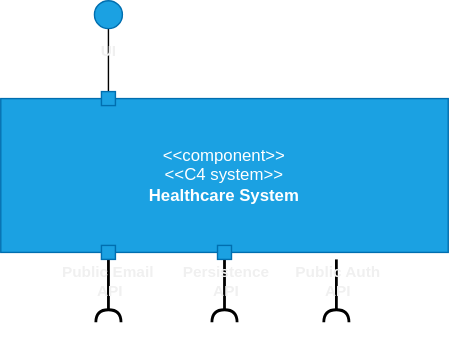
rita-barbosa/LAPR5-2425 keeps this draw.io diagram as docs/sprint-3/team-decisions/views/logical-view/healthcare_system_vl1.svg. Above is the earlier version. Source tidied: cells renumbered, new cells last; positions are measured from the earlier drawing's top-left corner, leaving out a move shared by most shapes. Source of this version:
```xml
<mxGraphModel>
  <root>
    <mxCell id="0" />
    <mxCell id="1" parent="0" />
    <mxCell id="2" value="&amp;lt;&amp;lt;component&amp;gt;&amp;gt;&lt;br&gt;&amp;lt;&amp;lt;C4 system&amp;gt;&amp;gt;&lt;br&gt;&lt;b&gt;Healthcare System&lt;/b&gt;" style="html=1;whiteSpace=wrap;fillColor=#1ba1e2;fontColor=#ffffff;strokeColor=#006EAF;" parent="1" vertex="1">
      <mxGeometry y="70" width="320" height="110" as="geometry" />
    </mxCell>
    <mxCell id="3" style="group;rotation=-180;" parent="1" vertex="1">
      <mxGeometry x="67" y="175" width="20" height="75" as="geometry" />
    </mxCell>
    <mxCell id="4" style="edgeStyle=orthogonalEdgeStyle;rounded=0;orthogonalLoop=1;jettySize=auto;html=1;entryX=0.5;entryY=0;entryDx=0;entryDy=0;endArrow=none;endFill=0;fontColor=#000000;strokeColor=#000000;startArrow=halfCircle;startFill=0;strokeWidth=2;" parent="3" edge="1">
      <mxGeometry relative="1" as="geometry">
        <mxPoint x="10" y="55" as="sourcePoint" />
        <mxPoint x="10" y="10" as="targetPoint" />
      </mxGeometry>
    </mxCell>
    <mxCell id="5" value="Public Email&amp;nbsp;&lt;div&gt;API&lt;/div&gt;" style="edgeLabel;html=1;align=center;verticalAlign=middle;labelBackgroundColor=none;fontStyle=1;" parent="4" vertex="1">
      <mxGeometry x="-0.15" relative="1" as="geometry">
        <mxPoint y="-11" as="offset" />
      </mxGeometry>
    </mxCell>
    <mxCell id="6" style="rounded=0;whiteSpace=wrap;html=1;fillColor=#1ba1e2;fontColor=#ffffff;strokeColor=#006EAF;rotation=-180;" parent="3" vertex="1">
      <mxGeometry x="5" width="10" height="10" as="geometry" />
    </mxCell>
    <mxCell id="7" style="edgeStyle=orthogonalEdgeStyle;rounded=0;jettySize=auto;html=1;entryX=0.5;entryY=0;entryDx=0;entryDy=0;endArrow=none;endFill=0;strokeColor=#000000;" parent="1" edge="1" source="9" target="10">
      <mxGeometry relative="1" as="geometry" />
    </mxCell>
    <mxCell id="8" value="&lt;div&gt;&lt;span style=&quot;background-color: initial;&quot;&gt;UI&lt;/span&gt;&lt;br&gt;&lt;/div&gt;" style="edgeLabel;html=1;align=center;verticalAlign=middle;labelBackgroundColor=none;fontStyle=1;" parent="7" vertex="1">
      <mxGeometry x="-0.33" y="-1" relative="1" as="geometry" />
    </mxCell>
    <mxCell id="9" style="ellipse;whiteSpace=wrap;html=1;fillColor=#1ba1e2;fontColor=#ffffff;strokeColor=#006EAF;" parent="1" vertex="1">
      <mxGeometry x="67" width="20" height="20" as="geometry" />
    </mxCell>
    <mxCell id="10" style="rounded=0;whiteSpace=wrap;html=1;fillColor=#1ba1e2;fontColor=#ffffff;strokeColor=#006EAF;" parent="1" vertex="1">
      <mxGeometry x="72" y="65" width="10" height="10" as="geometry" />
    </mxCell>
    <mxCell id="11" style="group;rotation=-180;" parent="1" vertex="1">
      <mxGeometry x="230" y="175" width="20" height="75" as="geometry" />
    </mxCell>
    <mxCell id="12" style="edgeStyle=orthogonalEdgeStyle;rounded=0;orthogonalLoop=1;jettySize=auto;html=1;entryX=0.5;entryY=0;entryDx=0;entryDy=0;endArrow=none;endFill=0;fontColor=#000000;strokeColor=#000000;startArrow=halfCircle;startFill=0;strokeWidth=2;" parent="11" edge="1">
      <mxGeometry relative="1" as="geometry">
        <mxPoint x="10" y="55" as="sourcePoint" />
        <mxPoint x="10" y="10" as="targetPoint" />
      </mxGeometry>
    </mxCell>
    <mxCell id="13" value="Public Auth&lt;div&gt;&lt;span style=&quot;background-color: initial;&quot;&gt;API&lt;/span&gt;&lt;/div&gt;" style="edgeLabel;html=1;align=center;verticalAlign=middle;labelBackgroundColor=none;fontStyle=1;" parent="12" vertex="1">
      <mxGeometry x="-0.15" relative="1" as="geometry">
        <mxPoint y="-11" as="offset" />
      </mxGeometry>
    </mxCell>
    <mxCell id="14" style="edgeStyle=orthogonalEdgeStyle;rounded=0;orthogonalLoop=1;jettySize=auto;html=1;entryX=0.5;entryY=0;entryDx=0;entryDy=0;endArrow=none;endFill=0;fontColor=#000000;strokeColor=#000000;startArrow=halfCircle;startFill=0;strokeWidth=2;" parent="1" edge="1">
      <mxGeometry relative="1" as="geometry">
        <mxPoint x="160" y="230" as="sourcePoint" />
        <mxPoint x="160" y="185" as="targetPoint" />
      </mxGeometry>
    </mxCell>
    <mxCell id="15" value="Persistence&lt;div&gt;API&lt;/div&gt;" style="edgeLabel;html=1;align=center;verticalAlign=middle;labelBackgroundColor=none;fontStyle=1;" parent="14" vertex="1">
      <mxGeometry x="-0.15" relative="1" as="geometry">
        <mxPoint y="-11" as="offset" />
      </mxGeometry>
    </mxCell>
    <mxCell id="16" style="rounded=0;whiteSpace=wrap;html=1;fillColor=#1ba1e2;fontColor=#ffffff;strokeColor=#006EAF;rotation=-180;" parent="1" vertex="1">
      <mxGeometry x="155" y="175" width="10" height="10" as="geometry" />
    </mxCell>
  </root>
</mxGraphModel>
```
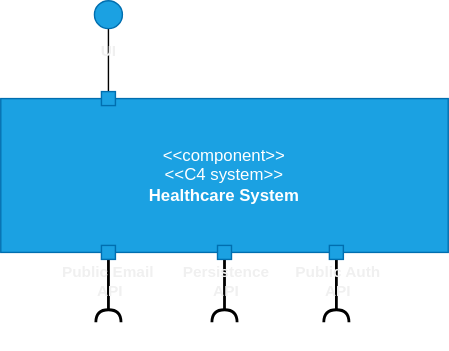
After the change.

The edit, as a diff of the source:
```diff
@@ -48,6 +48,9 @@
         <mxPoint y="-11" as="offset" />
       </mxGeometry>
     </mxCell>
+    <mxCell id="17" style="rounded=0;whiteSpace=wrap;html=1;fillColor=#1ba1e2;fontColor=#ffffff;strokeColor=#006EAF;rotation=-180;" parent="11" vertex="1">
+      <mxGeometry x="5" width="10" height="10" as="geometry" />
+    </mxCell>
     <mxCell id="14" style="edgeStyle=orthogonalEdgeStyle;rounded=0;orthogonalLoop=1;jettySize=auto;html=1;entryX=0.5;entryY=0;entryDx=0;entryDy=0;endArrow=none;endFill=0;fontColor=#000000;strokeColor=#000000;startArrow=halfCircle;startFill=0;strokeWidth=2;" parent="1" edge="1">
       <mxGeometry relative="1" as="geometry">
         <mxPoint x="160" y="230" as="sourcePoint" />
```
